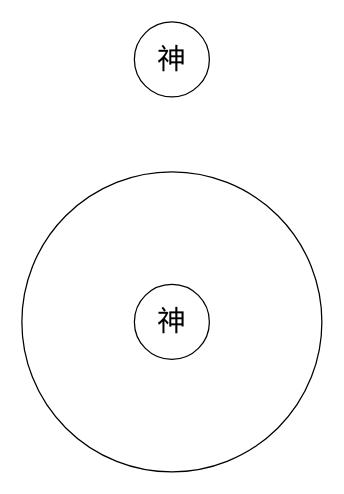
Before: 易医玄门基础理论/阴阳/动静阴阳图.drawio in 328507133/chart, a draw.io diagram. Source tidied: cells renumbered, new cells numbered last; positions are measured from the earlier drawing's top-left corner, leaving out a move shared by most shapes. Both pictures are drawn from the tidied source at 125%, with x=0, y=0 at pixel (21, 21).
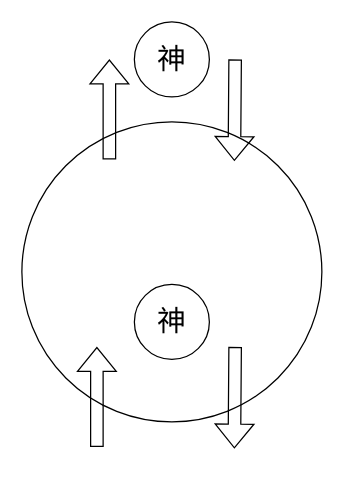
After the change.

Commit message (it also covers changes not shown here):
更新动静阴阳图.drawio

Change to the diagram source:
```diff
@@
 <mxGraphModel>
   <root>
     <mxCell id="0" />
     <mxCell id="1" parent="0" />
     <mxCell id="2" style="ellipse;whiteSpace=wrap;html=1;" parent="1" vertex="1">
-      <mxGeometry y="120" width="240" height="240" as="geometry" />
+      <mxGeometry y="80" width="240" height="240" as="geometry" />
     </mxCell>
     <mxCell id="3" value="神" style="ellipse;whiteSpace=wrap;html=1;fontSize=23;" parent="1" vertex="1">
       <mxGeometry x="90" y="210" width="60" height="60" as="geometry" />
     </mxCell>
     <mxCell id="4" value="神" style="ellipse;whiteSpace=wrap;html=1;fontSize=23;" parent="1" vertex="1">
       <mxGeometry x="90" width="60" height="60" as="geometry" />
     </mxCell>
+    <mxCell id="5" style="shape=flexArrow;endArrow=classic;html=1;rounded=0;entryX=0.76;entryY=0.047;entryDx=0;entryDy=0;entryPerimeter=0;" parent="1" edge="1">
+      <mxGeometry relative="1" as="geometry">
+        <mxPoint x="170.6" y="30" as="sourcePoint" />
+        <mxPoint x="170" y="111.3" as="targetPoint" />
+      </mxGeometry>
+    </mxCell>
+    <mxCell id="6" style="shape=flexArrow;endArrow=classic;html=1;rounded=0;" parent="1" edge="1">
+      <mxGeometry relative="1" as="geometry">
+        <mxPoint x="70" y="110" as="sourcePoint" />
+        <mxPoint x="70" y="30" as="targetPoint" />
+      </mxGeometry>
+    </mxCell>
+    <mxCell id="7" style="shape=flexArrow;endArrow=classic;html=1;rounded=0;" parent="1" edge="1">
+      <mxGeometry relative="1" as="geometry">
+        <mxPoint x="60" y="340" as="sourcePoint" />
+        <mxPoint x="60" y="260" as="targetPoint" />
+        <Array as="points">
+          <mxPoint x="60" y="340" />
+        </Array>
+      </mxGeometry>
+    </mxCell>
+    <mxCell id="8" style="shape=flexArrow;endArrow=classic;html=1;rounded=0;entryX=0.76;entryY=0.047;entryDx=0;entryDy=0;entryPerimeter=0;" parent="1" edge="1">
+      <mxGeometry relative="1" as="geometry">
+        <mxPoint x="170.6" y="260" as="sourcePoint" />
+        <mxPoint x="170" y="341.3" as="targetPoint" />
+      </mxGeometry>
+    </mxCell>
   </root>
 </mxGraphModel>
```
